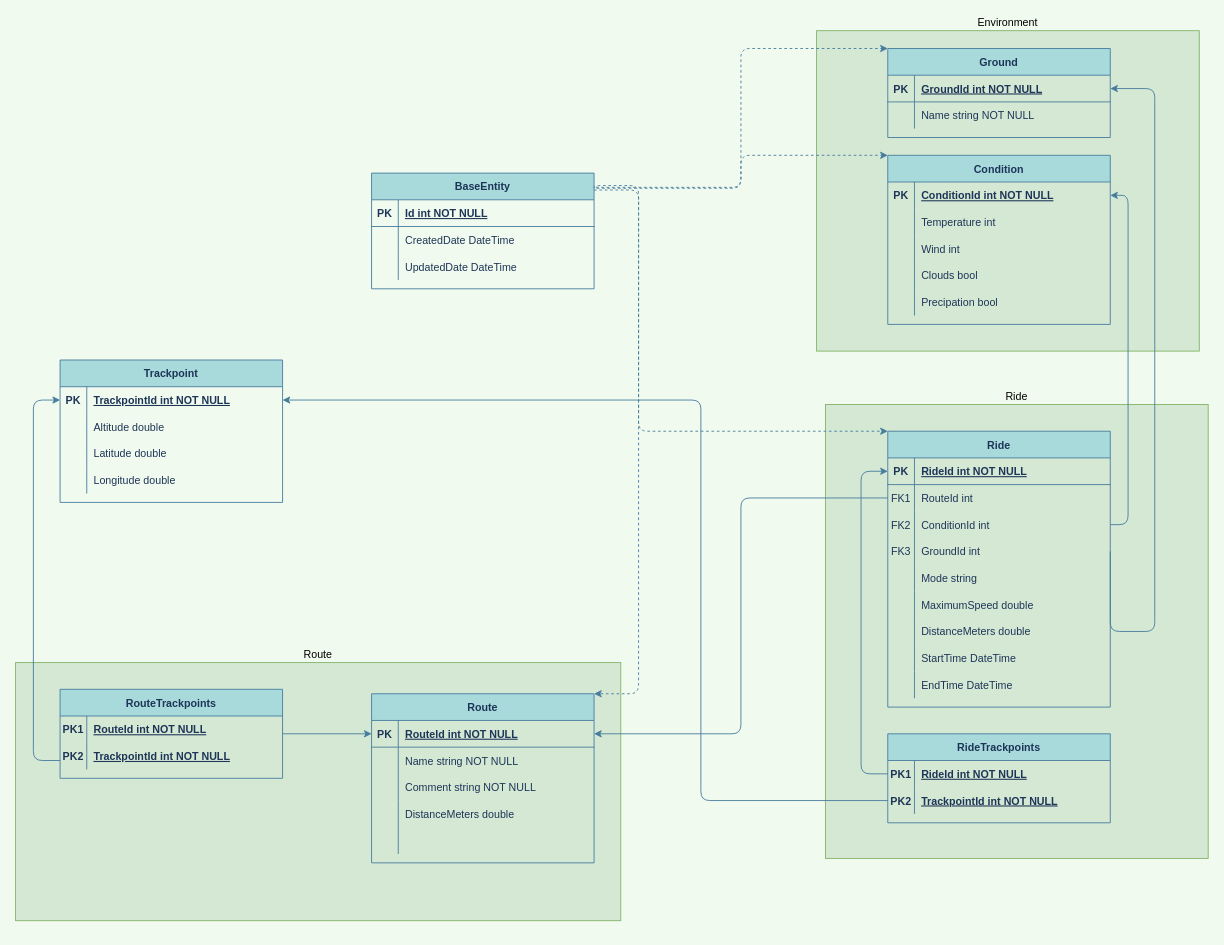
tuke307/LapTimer keeps this draw.io diagram as Planning/Database/ERD.drawio. Above is the earlier version. Source tidied: cells renumbered, new cells numbered last; positions are measured from the earlier drawing's top-left corner, leaving out a move shared by most shapes. Both pictures are drawn from the tidied source at 89%, with x=0, y=0 at pixel (15, 30).
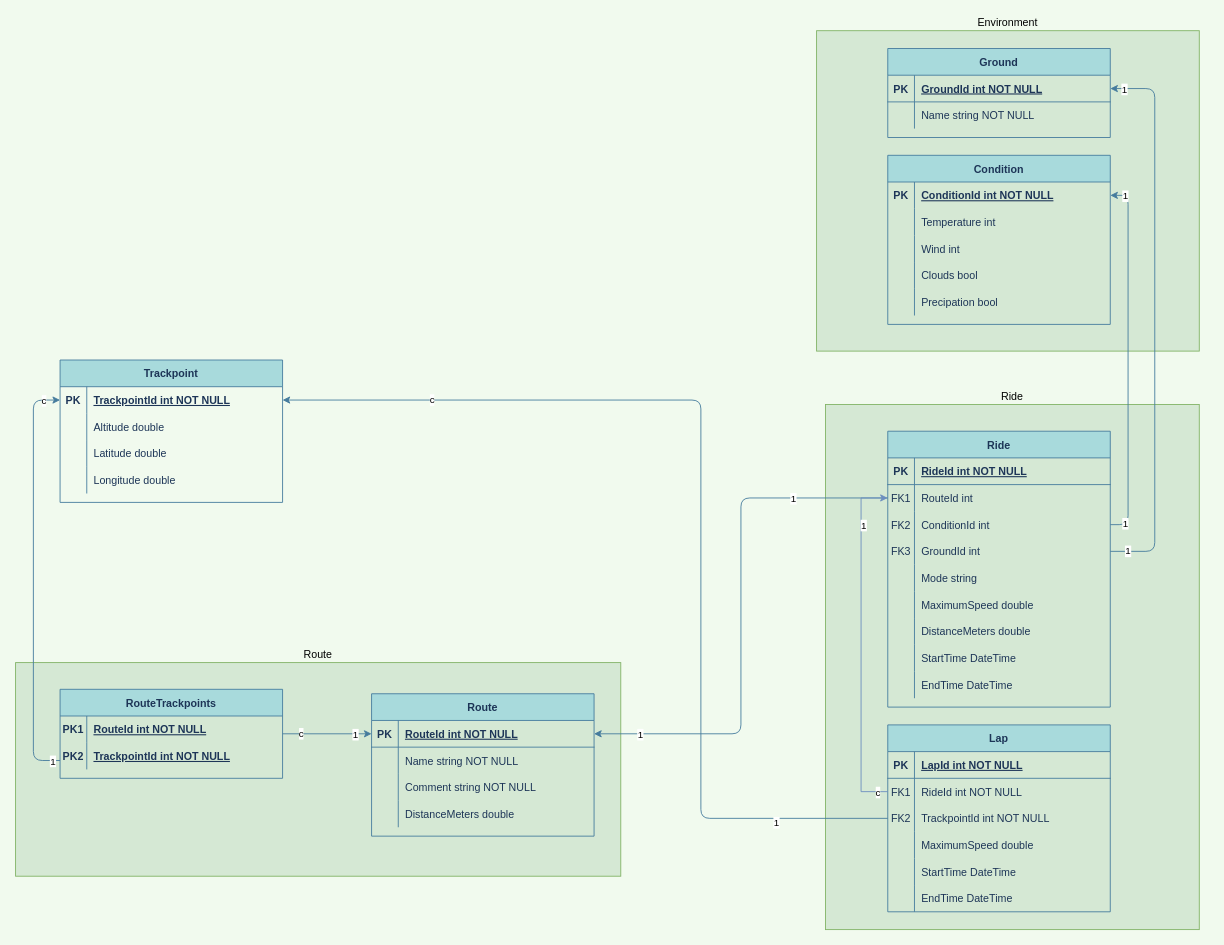
The same diagram, later.

Unchanged cells that the change refers to:
```xml
<mxCell id="5" value="Condition" style="shape=table;startSize=30;childLayout=tableLayout;rowLines=0;fontStyle=1;align=center;fillColor=#A8DADC;strokeColor=#457B9D;fontColor=#1D3557;" parent="1" vertex="1">
  <mxGeometry x="980" y="140" width="250" height="190" as="geometry" />
</mxCell>
<mxCell id="21" value="Ride" style="shape=table;startSize=30;childLayout=tableLayout;rowLines=0;fontStyle=1;align=center;fillColor=#A8DADC;strokeColor=#457B9D;fontColor=#1D3557;" parent="1" vertex="1">
  <mxGeometry x="980" y="450" width="250" height="310" as="geometry" />
</mxCell>
<mxCell id="22" style="shape=partialRectangle;fillColor=none;points=[[0,0.5],[1,0.5]];portConstraint=eastwest;top=0;left=0;right=0;bottom=1;strokeColor=#457B9D;fontColor=#1D3557;" parent="21" vertex="1">
  <mxGeometry y="30" width="250" height="30" as="geometry" />
</mxCell>
<mxCell id="25" style="shape=partialRectangle;fillColor=none;points=[[0,0.5],[1,0.5]];portConstraint=eastwest;top=0;left=0;right=0;bottom=0;strokeColor=#457B9D;fontColor=#1D3557;" parent="21" vertex="1">
  <mxGeometry y="60" width="250" height="30" as="geometry" />
</mxCell>
<mxCell id="31" style="shape=partialRectangle;fillColor=none;points=[[0,0.5],[1,0.5]];portConstraint=eastwest;top=0;left=0;right=0;bottom=0;strokeColor=#457B9D;fontColor=#1D3557;" parent="21" vertex="1">
  <mxGeometry y="120" width="250" height="30" as="geometry" />
</mxCell>
<mxCell id="84" style="shape=partialRectangle;fillColor=none;points=[[0,0.5],[1,0.5]];portConstraint=eastwest;top=0;left=0;right=0;bottom=0;strokeColor=#457B9D;fontColor=#1D3557;" parent="83" vertex="1">
  <mxGeometry y="30" width="250" height="30" as="geometry" />
</mxCell>
<mxCell id="99" style="edgeStyle=orthogonalEdgeStyle;curved=0;rounded=1;sketch=0;jettySize=auto;html=1;entryX=1;entryY=0.5;entryDx=0;entryDy=0;strokeColor=#457B9D;fillColor=#A8DADC;fontColor=#1D3557;exitX=1;exitY=0.5;exitDx=0;exitDy=0;" parent="1" edge="1" source="28" target="6">
  <mxGeometry relative="1" as="geometry" />
</mxCell>
<mxCell id="100" style="edgeStyle=orthogonalEdgeStyle;curved=0;rounded=1;sketch=0;jettySize=auto;html=1;entryX=1;entryY=0.5;entryDx=0;entryDy=0;strokeColor=#457B9D;fillColor=#A8DADC;fontColor=#000000;" parent="1" edge="1" source="25" target="68">
  <mxGeometry relative="1" as="geometry" />
</mxCell>
<mxCell id="101" value="Ground" style="shape=table;startSize=30;childLayout=tableLayout;rowLines=0;fontStyle=1;align=center;fillColor=#A8DADC;strokeColor=#457B9D;fontColor=#1D3557;" parent="1" vertex="1">
  <mxGeometry x="980" y="20" width="250" height="100" as="geometry" />
</mxCell>
<mxCell id="102" style="shape=partialRectangle;fillColor=none;points=[[0,0.5],[1,0.5]];portConstraint=eastwest;top=0;left=0;right=0;bottom=1;strokeColor=#457B9D;fontColor=#1D3557;" parent="101" vertex="1">
  <mxGeometry y="30" width="250" height="30" as="geometry" />
</mxCell>
<mxCell id="109" style="edgeStyle=orthogonalEdgeStyle;curved=0;rounded=1;sketch=0;jettySize=auto;html=1;entryX=0;entryY=0.5;entryDx=0;entryDy=0;strokeColor=#457B9D;fillColor=#A8DADC;fontColor=#000000;" parent="1" edge="1" source="110" target="68">
  <mxGeometry relative="1" as="geometry" />
</mxCell>
<mxCell id="117" style="edgeStyle=orthogonalEdgeStyle;curved=0;rounded=1;sketch=0;jettySize=auto;html=1;entryX=0;entryY=0.5;entryDx=0;entryDy=0;strokeColor=#457B9D;fillColor=#A8DADC;fontColor=#000000;" parent="1" edge="1" source="114" target="84">
  <mxGeometry relative="1" as="geometry">
    <Array as="points">
      <mxPoint x="20" y="820" />
      <mxPoint x="20" y="415" />
    </Array>
  </mxGeometry>
</mxCell>
```

Diff of the diagram source:
```diff
@@
     <mxCell id="2" value="Route" style="rounded=0;whiteSpace=wrap;html=1;sketch=0;strokeColor=#82b366;labelBackgroundColor=none;labelPosition=center;verticalLabelPosition=top;align=center;verticalAlign=bottom;fillColor=#d5e8d4;" parent="1" vertex="1">
-      <mxGeometry y="710" width="680" height="290" as="geometry" />
+      <mxGeometry y="710" width="680" height="240" as="geometry" />
     </mxCell>
@@
     <mxCell id="4" value="Ride" style="rounded=0;whiteSpace=wrap;html=1;sketch=0;strokeColor=#82b366;labelBackgroundColor=none;labelPosition=center;verticalLabelPosition=top;align=center;verticalAlign=bottom;fillColor=#d5e8d4;" parent="1" vertex="1">
-      <mxGeometry x="910" y="420" width="430" height="510" as="geometry" />
+      <mxGeometry x="910" y="420" width="420" height="590" as="geometry" />
     </mxCell>
@@
-    <mxCell id="49" style="edgeStyle=orthogonalEdgeStyle;curved=0;rounded=1;sketch=0;jettySize=auto;html=1;entryX=0;entryY=0;entryDx=0;entryDy=0;dashed=1;strokeColor=#457B9D;fillColor=#A8DADC;fontColor=#000000;exitX=1.008;exitY=0.123;exitDx=0;exitDy=0;exitPerimeter=0;" parent="1" edge="1" source="50" target="101">
-      <mxGeometry relative="1" as="geometry">
-        <Array as="points">
-          <mxPoint x="815" y="176" />
-          <mxPoint x="815" y="20" />
-        </Array>
-      </mxGeometry>
-    </mxCell>
-    <mxCell id="50" value="BaseEntity" style="shape=table;startSize=30;childLayout=tableLayout;rowLines=0;fontStyle=1;align=center;fillColor=#A8DADC;strokeColor=#457B9D;fontColor=#1D3557;" parent="1" vertex="1">
-      <mxGeometry x="400" y="160" width="250" height="130" as="geometry" />
-    </mxCell>
-    <mxCell id="51" style="shape=partialRectangle;fillColor=none;top=0;left=0;right=0;bottom=1;strokeColor=#457B9D;fontColor=#1D3557;" parent="50" vertex="1">
-      <mxGeometry y="30" width="250" height="30" as="geometry" />
-    </mxCell>
-    <mxCell id="52" value="PK" style="shape=partialRectangle;overflow=hidden;fillColor=none;top=0;left=0;bottom=0;right=0;fontStyle=1;strokeColor=#457B9D;fontColor=#1D3557;" parent="51" vertex="1">
-      <mxGeometry width="30" height="30" as="geometry" />
-    </mxCell>
-    <mxCell id="53" value="Id int NOT NULL " style="shape=partialRectangle;overflow=hidden;fillColor=none;top=0;left=0;bottom=0;right=0;align=left;spacingLeft=6;fontStyle=5;strokeColor=#457B9D;fontColor=#1D3557;" parent="51" vertex="1">
-      <mxGeometry x="30" width="220" height="30" as="geometry" />
-    </mxCell>
-    <mxCell id="54" style="shape=partialRectangle;fillColor=none;top=0;left=0;right=0;bottom=0;strokeColor=#457B9D;fontColor=#1D3557;" parent="50" vertex="1">
-      <mxGeometry y="60" width="250" height="30" as="geometry" />
-    </mxCell>
-    <mxCell id="55" style="shape=partialRectangle;overflow=hidden;fillColor=none;top=0;left=0;bottom=0;right=0;strokeColor=#457B9D;fontColor=#1D3557;" parent="54" vertex="1">
-      <mxGeometry width="30" height="30" as="geometry" />
-    </mxCell>
-    <mxCell id="56" value="CreatedDate DateTime" style="shape=partialRectangle;overflow=hidden;fillColor=none;top=0;left=0;bottom=0;right=0;align=left;spacingLeft=6;strokeColor=#457B9D;fontColor=#1D3557;" parent="54" vertex="1">
-      <mxGeometry x="30" width="220" height="30" as="geometry" />
-    </mxCell>
-    <mxCell id="57" style="shape=partialRectangle;fillColor=none;points=[[0,0.5],[1,0.5]];portConstraint=eastwest;top=0;left=0;right=0;bottom=0;strokeColor=#457B9D;fontColor=#1D3557;" parent="50" vertex="1">
-      <mxGeometry y="90" width="250" height="30" as="geometry" />
-    </mxCell>
-    <mxCell id="58" style="shape=partialRectangle;overflow=hidden;fillColor=none;top=0;left=0;bottom=0;right=0;strokeColor=#457B9D;fontColor=#1D3557;" parent="57" vertex="1">
-      <mxGeometry width="30" height="30" as="geometry" />
-    </mxCell>
-    <mxCell id="59" value="UpdatedDate DateTime" style="shape=partialRectangle;overflow=hidden;fillColor=none;top=0;left=0;bottom=0;right=0;align=left;spacingLeft=6;strokeColor=#457B9D;fontColor=#1D3557;" parent="57" vertex="1">
-      <mxGeometry x="30" width="220" height="30" as="geometry" />
-    </mxCell>
-    <mxCell id="60" value="RideTrackpoints" style="shape=table;startSize=30;childLayout=tableLayout;rowLines=0;fontStyle=1;align=center;fillColor=#A8DADC;strokeColor=#457B9D;fontColor=#1D3557;" parent="1" vertex="1">
-      <mxGeometry x="980" y="790" width="250" height="100" as="geometry" />
-    </mxCell>
-    <mxCell id="61" style="shape=partialRectangle;fillColor=none;points=[[0,0.5],[1,0.5]];portConstraint=eastwest;top=0;left=0;right=0;bottom=0;strokeColor=#457B9D;fontColor=#1D3557;" parent="60" vertex="1">
-      <mxGeometry y="30" width="250" height="30" as="geometry" />
-    </mxCell>
-    <mxCell id="62" value="PK1" style="shape=partialRectangle;overflow=hidden;fillColor=none;top=0;left=0;bottom=0;right=0;strokeColor=#457B9D;fontColor=#1D3557;fontStyle=1;" parent="61" vertex="1">
-      <mxGeometry width="30" height="30" as="geometry" />
-    </mxCell>
-    <mxCell id="63" value="RideId int NOT NULL" style="shape=partialRectangle;overflow=hidden;fillColor=none;top=0;left=0;bottom=0;right=0;align=left;spacingLeft=6;strokeColor=#457B9D;fontColor=#1D3557;fontStyle=5;" parent="61" vertex="1">
-      <mxGeometry x="30" width="220" height="30" as="geometry" />
-    </mxCell>
-    <mxCell id="64" style="shape=partialRectangle;fillColor=none;points=[[0,0.5],[1,0.5]];portConstraint=eastwest;top=0;left=0;right=0;bottom=0;strokeColor=#457B9D;fontColor=#1D3557;" parent="60" vertex="1">
-      <mxGeometry y="60" width="250" height="30" as="geometry" />
-    </mxCell>
-    <mxCell id="65" value="PK2" style="shape=partialRectangle;overflow=hidden;fillColor=none;top=0;left=0;bottom=0;right=0;strokeColor=#457B9D;fontColor=#1D3557;fontStyle=1;" parent="64" vertex="1">
-      <mxGeometry width="30" height="30" as="geometry" />
-    </mxCell>
-    <mxCell id="66" value="TrackpointId int NOT NULL" style="shape=partialRectangle;overflow=hidden;fillColor=none;top=0;left=0;bottom=0;right=0;align=left;spacingLeft=6;strokeColor=#457B9D;fontColor=#1D3557;fontStyle=5;" parent="64" vertex="1">
-      <mxGeometry x="30" width="220" height="30" as="geometry" />
-    </mxCell>
     <mxCell id="67" value="Route" style="shape=table;startSize=30;childLayout=tableLayout;rowLines=0;fontStyle=1;align=center;fillColor=#A8DADC;strokeColor=#457B9D;fontColor=#1D3557;" parent="1" vertex="1">
-      <mxGeometry x="400" y="745" width="250" height="190" as="geometry" />
+      <mxGeometry x="400" y="745" width="250" height="160" as="geometry" />
     </mxCell>
@@
-    <mxCell id="80" style="shape=partialRectangle;fillColor=none;top=0;left=0;right=0;bottom=0;strokeColor=#457B9D;fontColor=#1D3557;" parent="67" vertex="1">
-      <mxGeometry y="150" width="250" height="30" as="geometry" />
-    </mxCell>
-    <mxCell id="81" style="shape=partialRectangle;overflow=hidden;fillColor=none;top=0;left=0;bottom=0;right=0;strokeColor=#457B9D;fontColor=#1D3557;" parent="80" vertex="1">
-      <mxGeometry width="30" height="30" as="geometry" />
-    </mxCell>
-    <mxCell id="82" style="shape=partialRectangle;overflow=hidden;fillColor=none;top=0;left=0;bottom=0;right=0;align=left;spacingLeft=6;strokeColor=#457B9D;fontColor=#1D3557;" parent="80" vertex="1">
-      <mxGeometry x="30" width="220" height="30" as="geometry" />
-    </mxCell>
@@
-    <mxCell id="97" style="edgeStyle=orthogonalEdgeStyle;curved=0;rounded=1;sketch=0;jettySize=auto;html=1;entryX=0;entryY=0.5;entryDx=0;entryDy=0;strokeColor=#457B9D;fillColor=#A8DADC;fontColor=#1D3557;" parent="1" edge="1" source="61" target="22">
-      <mxGeometry relative="1" as="geometry">
-        <Array as="points">
-          <mxPoint x="950" y="835" />
-          <mxPoint x="950" y="495" />
-        </Array>
-      </mxGeometry>
-    </mxCell>
-    <mxCell id="98" style="edgeStyle=orthogonalEdgeStyle;curved=0;rounded=1;sketch=0;jettySize=auto;html=1;entryX=1;entryY=0.5;entryDx=0;entryDy=0;strokeColor=#457B9D;fillColor=#A8DADC;fontColor=#1D3557;" parent="1" edge="1" source="64" target="84">
+    <mxCell id="98" style="edgeStyle=orthogonalEdgeStyle;curved=0;rounded=1;sketch=0;jettySize=auto;html=1;entryX=1;entryY=0.5;entryDx=0;entryDy=0;strokeColor=#457B9D;fillColor=#A8DADC;fontColor=#1D3557;exitX=0;exitY=0.5;exitDx=0;exitDy=0;" parent="1" edge="1" source="57" target="84">
       <mxGeometry relative="1" as="geometry">
         <Array as="points">
-          <mxPoint x="770" y="865" />
+          <mxPoint x="770" y="885" />
           <mxPoint x="770" y="415" />
         </Array>
       </mxGeometry>
     </mxCell>
+    <mxCell id="121" value="1" style="edgeLabel;html=1;align=center;verticalAlign=middle;" parent="98" vertex="1">
+      <mxGeometry x="-0.78" y="4" relative="1" as="geometry" />
+    </mxCell>
+    <mxCell id="122" value="c" style="edgeLabel;html=1;align=center;verticalAlign=middle;" parent="98" vertex="1">
+      <mxGeometry x="0.71" y="-1" relative="1" as="geometry" />
+    </mxCell>
@@
+    <mxCell id="123" value="1" style="edgeLabel;html=1;align=center;verticalAlign=middle;" parent="99" vertex="1">
+      <mxGeometry x="-0.92" y="2" relative="1" as="geometry" />
+    </mxCell>
+    <mxCell id="124" value="1" style="edgeLabel;html=1;align=center;verticalAlign=middle;" parent="99" vertex="1">
+      <mxGeometry x="0.92" relative="1" as="geometry" />
+    </mxCell>
@@
+    <mxCell id="125" value="1" style="edgeLabel;html=1;align=center;verticalAlign=middle;" parent="100" vertex="1">
+      <mxGeometry x="-0.64" relative="1" as="geometry" />
+    </mxCell>
+    <mxCell id="126" value="1" style="edgeLabel;html=1;align=center;verticalAlign=middle;" parent="100" vertex="1">
+      <mxGeometry x="0.83" relative="1" as="geometry" />
+    </mxCell>
@@
     <mxCell id="108" style="edgeStyle=orthogonalEdgeStyle;curved=0;rounded=1;sketch=0;jettySize=auto;html=1;entryX=1;entryY=0.5;entryDx=0;entryDy=0;strokeColor=#457B9D;fillColor=#A8DADC;fontColor=#000000;exitX=1;exitY=0.5;exitDx=0;exitDy=0;" parent="1" edge="1" source="31" target="102">
       <mxGeometry relative="1" as="geometry">
         <Array as="points">
-          <mxPoint x="1230" y="675" />
-          <mxPoint x="1280" y="675" />
+          <mxPoint x="1280" y="585" />
           <mxPoint x="1280" y="65" />
         </Array>
       </mxGeometry>
     </mxCell>
+    <mxCell id="127" value="1" style="edgeLabel;html=1;align=center;verticalAlign=middle;" parent="108" vertex="1">
+      <mxGeometry x="0.95" relative="1" as="geometry" />
+    </mxCell>
+    <mxCell id="128" value="1" style="edgeLabel;html=1;align=center;verticalAlign=middle;" parent="108" vertex="1">
+      <mxGeometry x="-0.94" y="1" relative="1" as="geometry" />
+    </mxCell>
@@
+    <mxCell id="129" value="c" style="edgeLabel;html=1;align=center;verticalAlign=middle;" parent="109" vertex="1">
+      <mxGeometry x="-0.6" y="1" relative="1" as="geometry" />
+    </mxCell>
+    <mxCell id="130" value="1" style="edgeLabel;html=1;align=center;verticalAlign=middle;" parent="109" vertex="1">
+      <mxGeometry x="0.61" relative="1" as="geometry" />
+    </mxCell>
@@
-    <mxCell id="118" style="edgeStyle=orthogonalEdgeStyle;curved=0;rounded=1;sketch=0;jettySize=auto;html=1;entryX=0;entryY=0;entryDx=0;entryDy=0;strokeColor=#457B9D;fillColor=#A8DADC;fontColor=#000000;exitX=1;exitY=0.131;exitDx=0;exitDy=0;exitPerimeter=0;dashed=1;" parent="1" edge="1" source="50" target="21">
-      <mxGeometry relative="1" as="geometry">
-        <Array as="points">
-          <mxPoint x="650" y="174" />
-          <mxPoint x="700" y="174" />
-          <mxPoint x="700" y="450" />
-        </Array>
-      </mxGeometry>
-    </mxCell>
-    <mxCell id="119" style="edgeStyle=orthogonalEdgeStyle;curved=0;rounded=1;sketch=0;jettySize=auto;html=1;entryX=0;entryY=0;entryDx=0;entryDy=0;dashed=1;strokeColor=#457B9D;fillColor=#A8DADC;fontColor=#000000;exitX=1.012;exitY=0.131;exitDx=0;exitDy=0;exitPerimeter=0;" parent="1" edge="1" source="50" target="5">
-      <mxGeometry relative="1" as="geometry">
-        <Array as="points">
-          <mxPoint x="815" y="177" />
-          <mxPoint x="815" y="140" />
-        </Array>
-      </mxGeometry>
-    </mxCell>
-    <mxCell id="120" style="edgeStyle=orthogonalEdgeStyle;curved=0;rounded=1;sketch=0;jettySize=auto;html=1;entryX=1;entryY=0;entryDx=0;entryDy=0;dashed=1;strokeColor=#457B9D;fillColor=#A8DADC;fontColor=#000000;exitX=1;exitY=0.146;exitDx=0;exitDy=0;exitPerimeter=0;" parent="1" edge="1" source="50" target="67">
-      <mxGeometry relative="1" as="geometry">
-        <Array as="points">
-          <mxPoint x="700" y="179" />
-          <mxPoint x="700" y="745" />
-        </Array>
-      </mxGeometry>
-    </mxCell>
+    <mxCell id="131" value="1" style="edgeLabel;html=1;align=center;verticalAlign=middle;" parent="117" vertex="1">
+      <mxGeometry x="-0.96" relative="1" as="geometry" />
+    </mxCell>
+    <mxCell id="132" value="c" style="edgeLabel;html=1;align=center;verticalAlign=middle;" parent="117" vertex="1">
+      <mxGeometry x="0.92" relative="1" as="geometry" />
+    </mxCell>
+    <mxCell id="133" value="Lap" style="shape=table;startSize=30;childLayout=tableLayout;rowLines=0;fontStyle=1;align=center;fillColor=#A8DADC;strokeColor=#457B9D;fontColor=#1D3557;" parent="1" vertex="1">
+      <mxGeometry x="980" y="780" width="250" height="210" as="geometry" />
+    </mxCell>
+    <mxCell id="51" style="shape=partialRectangle;fillColor=none;top=0;left=0;right=0;bottom=1;strokeColor=#457B9D;fontColor=#1D3557;" parent="133" vertex="1">
+      <mxGeometry y="30" width="250" height="30" as="geometry" />
+    </mxCell>
+    <mxCell id="52" value="PK" style="shape=partialRectangle;overflow=hidden;fillColor=none;top=0;left=0;bottom=0;right=0;fontStyle=1;strokeColor=#457B9D;fontColor=#1D3557;" parent="51" vertex="1">
+      <mxGeometry width="30" height="30" as="geometry" />
+    </mxCell>
+    <mxCell id="134" value="LapId int NOT NULL" style="shape=partialRectangle;overflow=hidden;fillColor=none;top=0;left=0;bottom=0;right=0;align=left;spacingLeft=6;fontStyle=5;strokeColor=#457B9D;fontColor=#1D3557;" parent="51" vertex="1">
+      <mxGeometry x="30" width="220" height="30" as="geometry" />
+    </mxCell>
+    <mxCell id="135" style="shape=partialRectangle;fillColor=none;points=[[0,0.5],[1,0.5]];portConstraint=eastwest;top=0;left=0;right=0;bottom=0;strokeColor=#457B9D;fontColor=#1D3557;" parent="133" vertex="1">
+      <mxGeometry y="60" width="250" height="30" as="geometry" />
+    </mxCell>
+    <mxCell id="136" value="FK1" style="shape=partialRectangle;overflow=hidden;fillColor=none;top=0;left=0;bottom=0;right=0;strokeColor=#457B9D;fontColor=#1D3557;" parent="135" vertex="1">
+      <mxGeometry width="30" height="30" as="geometry" />
+    </mxCell>
+    <mxCell id="63" value="RideId int NOT NULL" style="shape=partialRectangle;overflow=hidden;fillColor=none;top=0;left=0;bottom=0;right=0;align=left;spacingLeft=6;strokeColor=#457B9D;fontColor=#1D3557;" parent="135" vertex="1">
+      <mxGeometry x="30" width="220" height="30" as="geometry" />
+    </mxCell>
+    <mxCell id="57" style="shape=partialRectangle;fillColor=none;points=[[0,0.5],[1,0.5]];portConstraint=eastwest;top=0;left=0;right=0;bottom=0;strokeColor=#457B9D;fontColor=#1D3557;" parent="133" vertex="1">
+      <mxGeometry y="90" width="250" height="30" as="geometry" />
+    </mxCell>
+    <mxCell id="137" value="FK2" style="shape=partialRectangle;overflow=hidden;fillColor=none;top=0;left=0;bottom=0;right=0;strokeColor=#457B9D;fontColor=#1D3557;" parent="57" vertex="1">
+      <mxGeometry width="30" height="30" as="geometry" />
+    </mxCell>
+    <mxCell id="66" value="TrackpointId int NOT NULL" style="shape=partialRectangle;overflow=hidden;fillColor=none;top=0;left=0;bottom=0;right=0;align=left;spacingLeft=6;strokeColor=#457B9D;fontColor=#1D3557;" parent="57" vertex="1">
+      <mxGeometry x="30" width="220" height="30" as="geometry" />
+    </mxCell>
+    <mxCell id="138" style="shape=partialRectangle;fillColor=none;top=0;left=0;right=0;bottom=0;strokeColor=#457B9D;fontColor=#1D3557;" parent="133" vertex="1">
+      <mxGeometry y="120" width="250" height="30" as="geometry" />
+    </mxCell>
+    <mxCell id="139" style="shape=partialRectangle;overflow=hidden;fillColor=none;top=0;left=0;bottom=0;right=0;strokeColor=#457B9D;fontColor=#1D3557;" parent="138" vertex="1">
+      <mxGeometry width="30" height="30" as="geometry" />
+    </mxCell>
+    <mxCell id="140" value="MaximumSpeed double" style="shape=partialRectangle;overflow=hidden;fillColor=none;top=0;left=0;bottom=0;right=0;align=left;spacingLeft=6;strokeColor=#457B9D;fontColor=#1D3557;" parent="138" vertex="1">
+      <mxGeometry x="30" width="220" height="30" as="geometry" />
+    </mxCell>
+    <mxCell id="80" style="shape=partialRectangle;fillColor=none;top=0;left=0;right=0;bottom=0;strokeColor=#457B9D;fontColor=#1D3557;" parent="133" vertex="1">
+      <mxGeometry y="150" width="250" height="30" as="geometry" />
+    </mxCell>
+    <mxCell id="141" style="shape=partialRectangle;overflow=hidden;fillColor=none;top=0;left=0;bottom=0;right=0;strokeColor=#457B9D;fontColor=#1D3557;" parent="80" vertex="1">
+      <mxGeometry width="30" height="30" as="geometry" />
+    </mxCell>
+    <mxCell id="142" value="StartTime DateTime" style="shape=partialRectangle;overflow=hidden;fillColor=none;top=0;left=0;bottom=0;right=0;align=left;spacingLeft=6;strokeColor=#457B9D;fontColor=#1D3557;" parent="80" vertex="1">
+      <mxGeometry x="30" width="220" height="30" as="geometry" />
+    </mxCell>
+    <mxCell id="143" style="shape=partialRectangle;fillColor=none;top=0;left=0;right=0;bottom=0;strokeColor=#457B9D;fontColor=#1D3557;" parent="133" vertex="1">
+      <mxGeometry y="180" width="250" height="30" as="geometry" />
+    </mxCell>
+    <mxCell id="144" style="shape=partialRectangle;overflow=hidden;fillColor=none;top=0;left=0;bottom=0;right=0;strokeColor=#457B9D;fontColor=#1D3557;" parent="143" vertex="1">
+      <mxGeometry width="30" height="30" as="geometry" />
+    </mxCell>
+    <mxCell id="145" value="EndTime DateTime" style="shape=partialRectangle;overflow=hidden;fillColor=none;top=0;left=0;bottom=0;right=0;align=left;spacingLeft=6;strokeColor=#457B9D;fontColor=#1D3557;" parent="143" vertex="1">
+      <mxGeometry x="30" width="220" height="30" as="geometry" />
+    </mxCell>
+    <mxCell id="146" style="edgeStyle=orthogonalEdgeStyle;rounded=0;jettySize=auto;html=1;entryX=0;entryY=0.5;entryDx=0;entryDy=0;fillColor=#dae8fc;strokeColor=#6c8ebf;" parent="1" edge="1" source="135" target="25">
+      <mxGeometry relative="1" as="geometry">
+        <Array as="points">
+          <mxPoint x="950" y="855" />
+          <mxPoint x="950" y="525" />
+        </Array>
+      </mxGeometry>
+    </mxCell>
+    <mxCell id="147" value="c" style="edgeLabel;html=1;align=center;verticalAlign=middle;" parent="146" vertex="1">
+      <mxGeometry x="-0.94" relative="1" as="geometry" />
+    </mxCell>
+    <mxCell id="148" value="1" style="edgeLabel;html=1;align=center;verticalAlign=middle;" parent="146" vertex="1">
+      <mxGeometry x="0.69" y="-2" relative="1" as="geometry" />
+    </mxCell>
```
